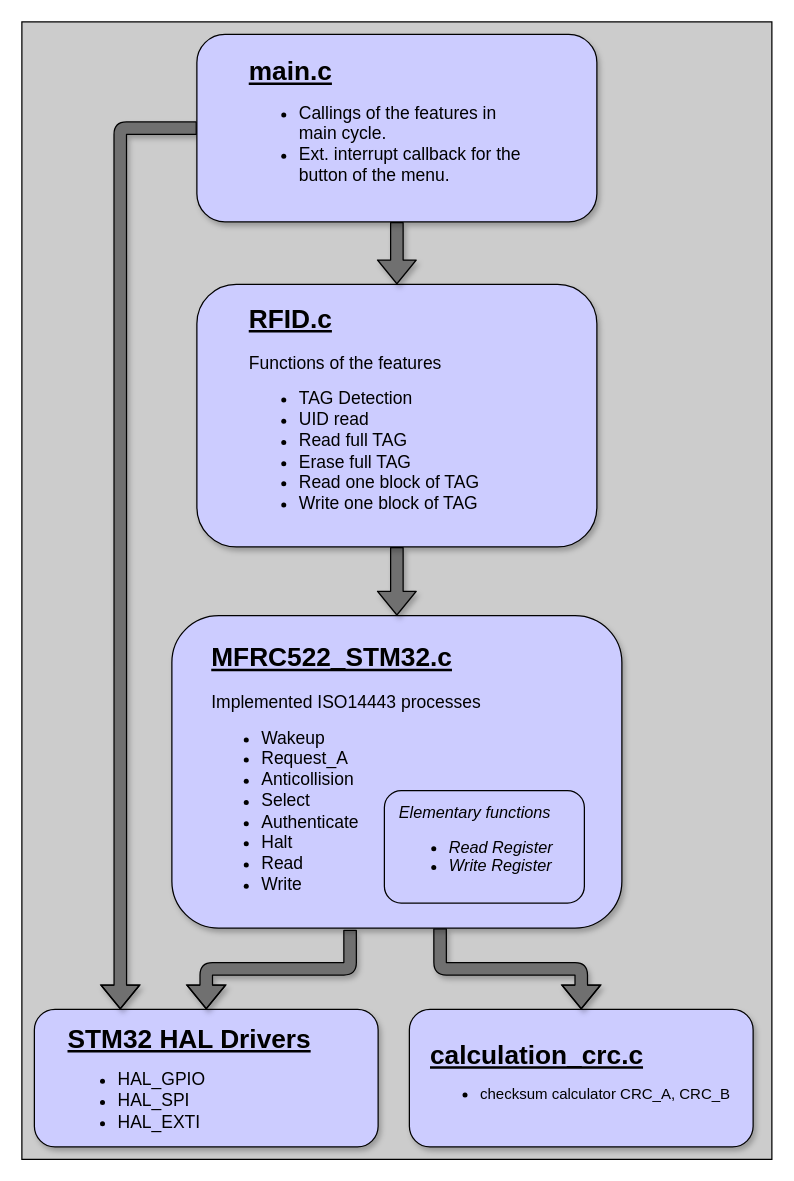
Earlier version of the draw.io diagram MFRC522.drawio (peterson94/MFRC522_F446RE). Source tidied: cells renumbered, new cells numbered last; positions are measured from the earlier drawing's top-left corner, leaving out a move shared by most shapes. Both pictures are drawn from the tidied source at 125%, with x=0, y=0 at pixel (21, 21).
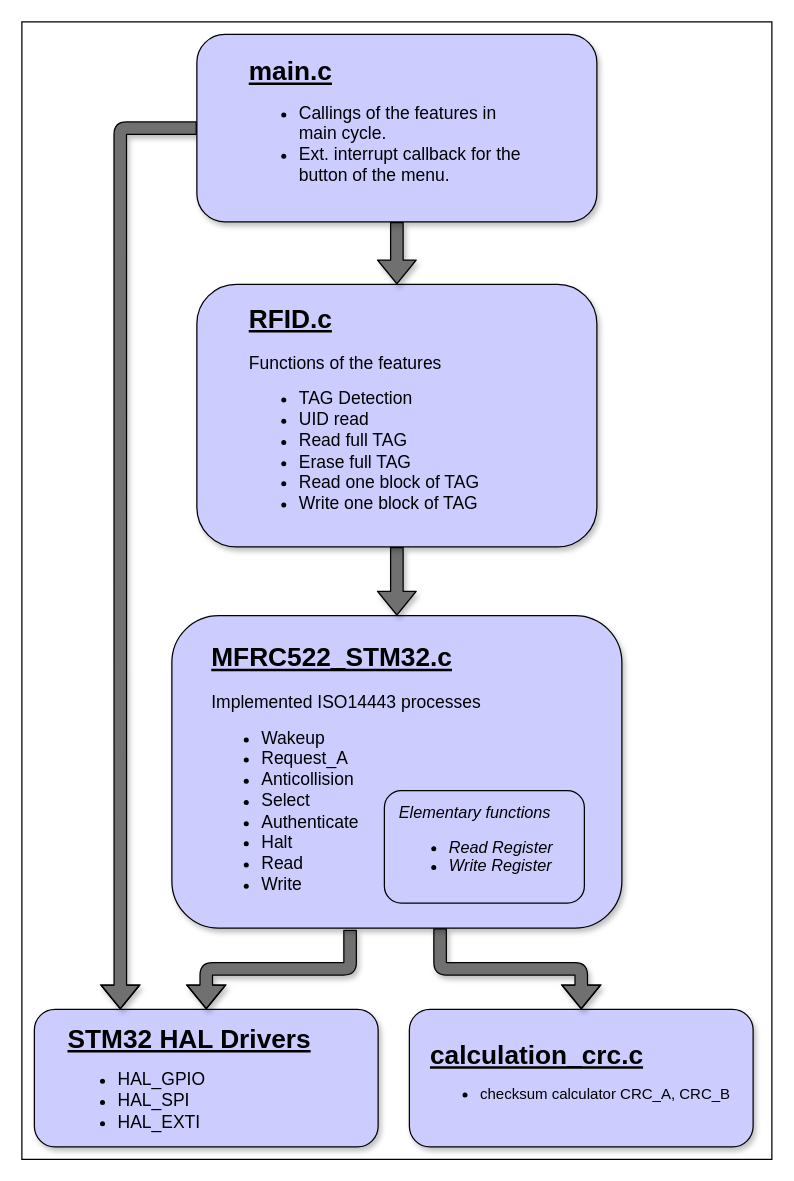
After the change.

The edit, as a diff of the source:
```diff
@@
 <mxGraphModel>
   <root>
     <mxCell id="0" />
     <mxCell id="1" parent="0" />
-    <mxCell id="2" style="rounded=0;whiteSpace=wrap;html=1;fillColor=#CCCCCC;" parent="1" vertex="1">
+    <mxCell id="2" style="rounded=0;whiteSpace=wrap;html=1;" parent="1" vertex="1">
       <mxGeometry width="600" height="910" as="geometry" />
     </mxCell>
     <mxCell id="3" style="rounded=1;whiteSpace=wrap;html=1;shadow=1;fillColor=#CCCCFF;" parent="1" vertex="1">
       <mxGeometry x="10" y="790" width="275" height="110" as="geometry" />
     </mxCell>
     <mxCell id="4" style="rounded=1;whiteSpace=wrap;html=1;shadow=1;fillColor=#CCCCFF;" parent="1" vertex="1">
       <mxGeometry x="310" y="790" width="275" height="110" as="geometry" />
     </mxCell>
     <mxCell id="5" style="edgeStyle=orthogonalEdgeStyle;rounded=1;jettySize=auto;html=1;exitX=0.396;exitY=1.005;exitDx=0;exitDy=0;entryX=0.5;entryY=0;entryDx=0;entryDy=0;shape=flexArrow;fillColor=#707070;exitPerimeter=0;strokeWidth=1;startSize=6;endSize=6;sourcePerimeterSpacing=0;shadow=1;width=10;startWidth=20;" parent="1" edge="1" source="7" target="3">
       <mxGeometry relative="1" as="geometry" />
     </mxCell>
     <mxCell id="6" style="edgeStyle=orthogonalEdgeStyle;rounded=1;jettySize=auto;html=1;exitX=0.596;exitY=1;exitDx=0;exitDy=0;entryX=0.5;entryY=0;entryDx=0;entryDy=0;shape=flexArrow;fillColor=#707070;exitPerimeter=0;strokeWidth=1;startSize=6;endSize=6;sourcePerimeterSpacing=0;shadow=1;width=10;startWidth=20;" parent="1" edge="1" source="7" target="4">
       <mxGeometry relative="1" as="geometry" />
     </mxCell>
     <mxCell id="7" style="rounded=1;whiteSpace=wrap;html=1;shadow=1;fillColor=#CCCCFF;" parent="1" vertex="1">
       <mxGeometry x="120" y="475" width="360" height="250" as="geometry" />
     </mxCell>
     <mxCell id="8" style="edgeStyle=orthogonalEdgeStyle;rounded=1;jettySize=auto;html=1;exitX=0.5;exitY=1;exitDx=0;exitDy=0;entryX=0.5;entryY=0;entryDx=0;entryDy=0;shape=flexArrow;fillColor=#707070;strokeWidth=1;startSize=6;endSize=6;sourcePerimeterSpacing=0;shadow=1;width=10;startWidth=20;" parent="1" edge="1" source="9" target="7">
       <mxGeometry relative="1" as="geometry" />
     </mxCell>
     <mxCell id="9" style="rounded=1;whiteSpace=wrap;html=1;shadow=1;fillColor=#CCCCFF;" parent="1" vertex="1">
       <mxGeometry x="140" y="210" width="320" height="210" as="geometry" />
     </mxCell>
     <mxCell id="10" style="edgeStyle=orthogonalEdgeStyle;rounded=1;jettySize=auto;html=1;exitX=0.5;exitY=1;exitDx=0;exitDy=0;entryX=0.5;entryY=0;entryDx=0;entryDy=0;shape=flexArrow;fillColor=#707070;strokeWidth=1;startSize=6;endSize=6;sourcePerimeterSpacing=0;shadow=1;width=10;startWidth=20;" parent="1" edge="1" source="12" target="9">
       <mxGeometry relative="1" as="geometry" />
     </mxCell>
     <mxCell id="11" style="edgeStyle=orthogonalEdgeStyle;shape=flexArrow;rounded=1;jettySize=auto;html=1;exitX=0;exitY=0.5;exitDx=0;exitDy=0;entryX=0.25;entryY=0;entryDx=0;entryDy=0;fillColor=#707070;startSize=6;endSize=6;strokeWidth=1;shadow=1;" parent="1" edge="1" source="12" target="3">
       <mxGeometry relative="1" as="geometry" />
     </mxCell>
     <mxCell id="12" style="rounded=1;whiteSpace=wrap;html=1;shadow=1;fillColor=#CCCCFF;" parent="1" vertex="1">
       <mxGeometry x="140" y="10" width="320" height="150" as="geometry" />
     </mxCell>
     <mxCell id="13" value="&lt;b&gt;&lt;font style=&quot;font-size: 21px;&quot;&gt;&lt;u&gt;main.c&lt;/u&gt;&lt;/font&gt;&lt;/b&gt;&lt;div&gt;&lt;ul style=&quot;&quot;&gt;&lt;li style=&quot;&quot;&gt;&lt;font style=&quot;font-size: 14px;&quot;&gt;Callings of the features in main cycle.&lt;/font&gt;&lt;/li&gt;&lt;li style=&quot;&quot;&gt;&lt;font style=&quot;font-size: 14px;&quot;&gt;Ext. interrupt callback for the button of the menu.&lt;/font&gt;&lt;/li&gt;&lt;/ul&gt;&lt;/div&gt;" style="text;html=1;whiteSpace=wrap;strokeColor=none;fillColor=none;align=left;verticalAlign=middle;rounded=0;" parent="1" vertex="1">
       <mxGeometry x="180" y="20" width="230" height="130" as="geometry" />
     </mxCell>
     <mxCell id="14" value="&lt;b&gt;&lt;font style=&quot;font-size: 21px;&quot;&gt;&lt;u&gt;RFID.c&lt;/u&gt;&lt;/font&gt;&lt;/b&gt;&lt;div&gt;&lt;b&gt;&lt;br&gt;&lt;/b&gt;&lt;font style=&quot;font-size: 14px;&quot;&gt;Functions of the features&lt;br&gt;&lt;/font&gt;&lt;ul&gt;&lt;li&gt;&lt;font style=&quot;font-size: 14px;&quot;&gt;TAG Detection&lt;/font&gt;&lt;/li&gt;&lt;li&gt;&lt;font style=&quot;font-size: 14px;&quot;&gt;UID read&lt;/font&gt;&lt;/li&gt;&lt;li&gt;&lt;span style=&quot;font-size: 14px; background-color: transparent; color: light-dark(rgb(0, 0, 0), rgb(255, 255, 255));&quot;&gt;Read full TAG&lt;/span&gt;&lt;/li&gt;&lt;li&gt;&lt;span style=&quot;font-size: 14px; background-color: transparent; color: light-dark(rgb(0, 0, 0), rgb(255, 255, 255));&quot;&gt;Erase full TAG&lt;/span&gt;&lt;/li&gt;&lt;li&gt;&lt;span style=&quot;font-size: 14px; background-color: transparent; color: light-dark(rgb(0, 0, 0), rgb(255, 255, 255));&quot;&gt;Read one block of TAG&lt;/span&gt;&lt;/li&gt;&lt;li&gt;&lt;span style=&quot;font-size: 14px; background-color: transparent; color: light-dark(rgb(0, 0, 0), rgb(255, 255, 255));&quot;&gt;Write one block of TAG&lt;/span&gt;&lt;/li&gt;&lt;/ul&gt;&lt;/div&gt;" style="text;html=1;whiteSpace=wrap;strokeColor=none;fillColor=none;align=left;verticalAlign=middle;rounded=0;" parent="1" vertex="1">
       <mxGeometry x="180" y="225" width="230" height="180" as="geometry" />
     </mxCell>
     <mxCell id="15" value="&lt;b&gt;&lt;font style=&quot;font-size: 21px;&quot;&gt;&lt;u&gt;MFRC522_STM32.c&lt;/u&gt;&lt;/font&gt;&lt;/b&gt;&lt;div&gt;&lt;b&gt;&lt;br&gt;&lt;/b&gt;&lt;font style=&quot;font-size: 14px;&quot;&gt;Implemented ISO14443 processes&lt;br&gt;&lt;/font&gt;&lt;/div&gt;&lt;ul&gt;&lt;li&gt;&lt;span style=&quot;background-color: transparent; color: light-dark(rgb(0, 0, 0), rgb(255, 255, 255)); font-size: 14px;&quot;&gt;Wakeup&lt;/span&gt;&lt;/li&gt;&lt;li&gt;&lt;span style=&quot;background-color: transparent; color: light-dark(rgb(0, 0, 0), rgb(255, 255, 255)); font-size: 14px;&quot;&gt;Request_A&lt;/span&gt;&lt;/li&gt;&lt;li&gt;&lt;span style=&quot;background-color: transparent; color: light-dark(rgb(0, 0, 0), rgb(255, 255, 255)); font-size: 14px;&quot;&gt;Anticollision&lt;/span&gt;&lt;/li&gt;&lt;li&gt;&lt;span style=&quot;background-color: transparent; color: light-dark(rgb(0, 0, 0), rgb(255, 255, 255)); font-size: 14px;&quot;&gt;Select&lt;/span&gt;&lt;/li&gt;&lt;li&gt;&lt;span style=&quot;background-color: transparent; color: light-dark(rgb(0, 0, 0), rgb(255, 255, 255)); font-size: 14px;&quot;&gt;Authenticate&lt;/span&gt;&lt;/li&gt;&lt;li&gt;&lt;span style=&quot;background-color: transparent; color: light-dark(rgb(0, 0, 0), rgb(255, 255, 255)); font-size: 14px;&quot;&gt;Halt&lt;/span&gt;&lt;/li&gt;&lt;li&gt;&lt;span style=&quot;background-color: transparent; color: light-dark(rgb(0, 0, 0), rgb(255, 255, 255)); font-size: 14px;&quot;&gt;Read&lt;/span&gt;&lt;/li&gt;&lt;li&gt;&lt;span style=&quot;font-size: 14px; background-color: transparent; color: light-dark(rgb(0, 0, 0), rgb(255, 255, 255));&quot;&gt;Write&lt;/span&gt;&lt;/li&gt;&lt;/ul&gt;" style="text;html=1;whiteSpace=wrap;strokeColor=none;fillColor=none;align=left;verticalAlign=middle;rounded=0;" parent="1" vertex="1">
       <mxGeometry x="150" y="500" width="320" height="205" as="geometry" />
     </mxCell>
     <mxCell id="16" value="&lt;b&gt;&lt;font style=&quot;font-size: 21px;&quot;&gt;&lt;u&gt;STM32 HAL Drivers&lt;/u&gt;&lt;/font&gt;&lt;/b&gt;&lt;div&gt;&lt;ul style=&quot;&quot;&gt;&lt;li style=&quot;&quot;&gt;&lt;span style=&quot;font-size: 14px;&quot;&gt;HAL_GPIO&lt;/span&gt;&lt;/li&gt;&lt;li style=&quot;&quot;&gt;&lt;span style=&quot;font-size: 14px;&quot;&gt;HAL_SPI&lt;/span&gt;&lt;/li&gt;&lt;li style=&quot;&quot;&gt;&lt;span style=&quot;font-size: 14px;&quot;&gt;HAL_EXTI&lt;/span&gt;&lt;/li&gt;&lt;/ul&gt;&lt;/div&gt;" style="text;html=1;whiteSpace=wrap;strokeColor=none;fillColor=none;align=left;verticalAlign=middle;rounded=0;" parent="1" vertex="1">
       <mxGeometry x="35" y="810" width="215" height="80" as="geometry" />
     </mxCell>
     <mxCell id="17" value="&lt;b&gt;&lt;font style=&quot;font-size: 21px;&quot;&gt;&lt;u&gt;calculation_crc.c&lt;/u&gt;&lt;/font&gt;&lt;/b&gt;&lt;div&gt;&lt;ul style=&quot;&quot;&gt;&lt;li style=&quot;&quot;&gt;checksum calculator CRC_A, CRC_B&lt;/li&gt;&lt;/ul&gt;&lt;/div&gt;" style="text;html=1;whiteSpace=wrap;strokeColor=none;fillColor=none;align=left;verticalAlign=middle;rounded=0;" parent="1" vertex="1">
       <mxGeometry x="325" y="805" width="245" height="80" as="geometry" />
     </mxCell>
     <mxCell id="18" style="rounded=1;whiteSpace=wrap;html=1;fillColor=#CCCCFF;" parent="1" vertex="1">
       <mxGeometry x="290" y="615" width="160" height="90" as="geometry" />
     </mxCell>
     <mxCell id="19" value="&lt;div&gt;&lt;font style=&quot;font-size: 13px;&quot;&gt;&lt;i style=&quot;&quot;&gt;&lt;font style=&quot;&quot;&gt;Elementary functions&lt;/font&gt;&lt;br&gt;&lt;/i&gt;&lt;/font&gt;&lt;ul&gt;&lt;li&gt;&lt;font style=&quot;font-size: 13px;&quot;&gt;&lt;i&gt;Read Register&lt;/i&gt;&lt;/font&gt;&lt;/li&gt;&lt;li&gt;&lt;font style=&quot;font-size: 13px;&quot;&gt;&lt;i style=&quot;&quot;&gt;Write Register&lt;/i&gt;&lt;/font&gt;&lt;/li&gt;&lt;/ul&gt;&lt;/div&gt;" style="text;html=1;whiteSpace=wrap;strokeColor=none;fillColor=none;align=left;verticalAlign=middle;rounded=0;" parent="1" vertex="1">
       <mxGeometry x="300" y="615" width="140" height="90" as="geometry" />
     </mxCell>
   </root>
 </mxGraphModel>
```
